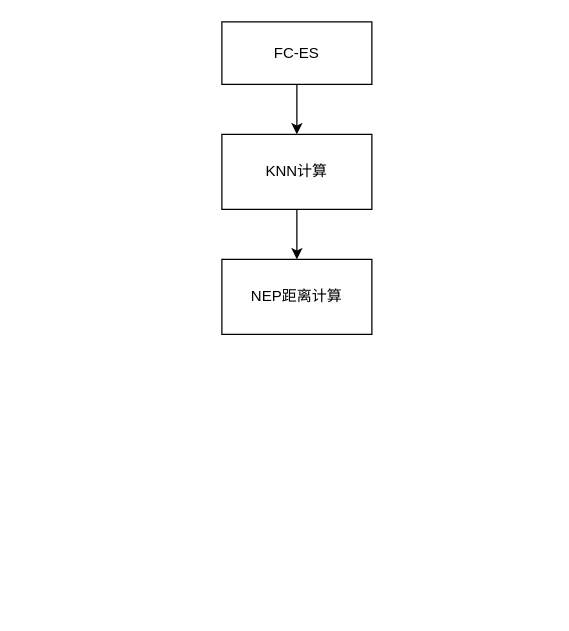
This is FC-ES聚档.drawio from xiazi-yu/triton-server-read, a draw.io file, before an edit. Source tidied: cells renumbered, new cells numbered last; positions are measured from the earlier drawing's top-left corner, leaving out a move shared by most shapes. Both pictures are drawn from the tidied source at 125%, with x=0, y=0 at pixel (221, 21).
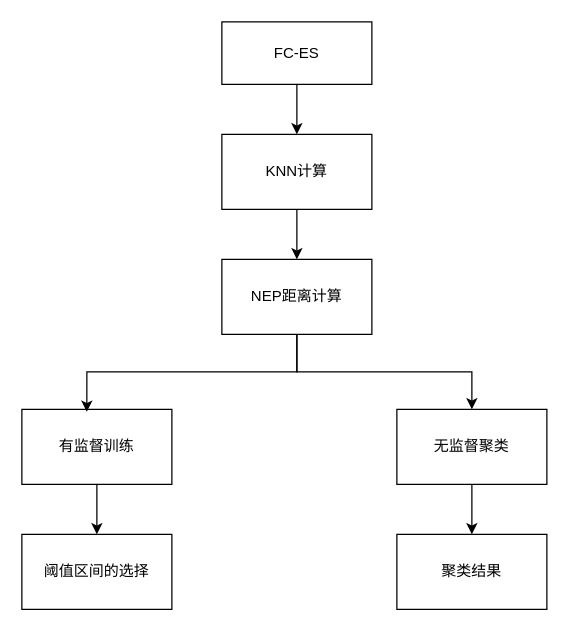
Above is the later version.

The edit, as a diff of the source:
```diff
@@
 <mxGraphModel>
   <root>
     <mxCell id="0" />
     <mxCell id="1" parent="0" />
     <mxCell id="2" style="edgeStyle=orthogonalEdgeStyle;rounded=0;jettySize=auto;html=1;exitX=0.5;exitY=1;exitDx=0;exitDy=0;entryX=0.5;entryY=0;entryDx=0;entryDy=0;" parent="1" edge="1" source="3" target="5">
       <mxGeometry relative="1" as="geometry" />
     </mxCell>
     <mxCell id="3" value="FC-ES" style="rounded=0;whiteSpace=wrap;html=1;" parent="1" vertex="1">
       <mxGeometry width="120" height="50" as="geometry" />
     </mxCell>
     <mxCell id="4" style="edgeStyle=orthogonalEdgeStyle;rounded=0;jettySize=auto;html=1;exitX=0.5;exitY=1;exitDx=0;exitDy=0;entryX=0.5;entryY=0;entryDx=0;entryDy=0;" parent="1" edge="1" source="5" target="6">
       <mxGeometry relative="1" as="geometry" />
     </mxCell>
     <mxCell id="5" value="KNN计算" style="rounded=0;whiteSpace=wrap;html=1;" parent="1" vertex="1">
       <mxGeometry y="90" width="120" height="60" as="geometry" />
     </mxCell>
+    <mxCell id="7" style="edgeStyle=orthogonalEdgeStyle;rounded=0;jettySize=auto;html=1;exitX=0.5;exitY=1;exitDx=0;exitDy=0;entryX=0.5;entryY=0;entryDx=0;entryDy=0;" parent="1" edge="1" source="6" target="11">
+      <mxGeometry relative="1" as="geometry" />
+    </mxCell>
     <mxCell id="6" value="NEP距离计算" style="rounded=0;whiteSpace=wrap;html=1;" parent="1" vertex="1">
       <mxGeometry y="190" width="120" height="60" as="geometry" />
     </mxCell>
+    <mxCell id="8" style="edgeStyle=orthogonalEdgeStyle;rounded=0;jettySize=auto;html=1;exitX=0.5;exitY=1;exitDx=0;exitDy=0;entryX=0.5;entryY=0;entryDx=0;entryDy=0;" parent="1" edge="1" source="9" target="14">
+      <mxGeometry relative="1" as="geometry" />
+    </mxCell>
+    <mxCell id="9" value="有监督训练" style="rounded=0;whiteSpace=wrap;html=1;" parent="1" vertex="1">
+      <mxGeometry x="-160" y="310" width="120" height="60" as="geometry" />
+    </mxCell>
+    <mxCell id="10" style="edgeStyle=orthogonalEdgeStyle;rounded=0;jettySize=auto;html=1;exitX=0.5;exitY=1;exitDx=0;exitDy=0;entryX=0.5;entryY=0;entryDx=0;entryDy=0;" parent="1" edge="1" source="11" target="13">
+      <mxGeometry relative="1" as="geometry" />
+    </mxCell>
+    <mxCell id="11" value="无监督聚类" style="rounded=0;whiteSpace=wrap;html=1;" parent="1" vertex="1">
+      <mxGeometry x="140" y="310" width="120" height="60" as="geometry" />
+    </mxCell>
+    <mxCell id="12" style="edgeStyle=orthogonalEdgeStyle;rounded=0;jettySize=auto;html=1;exitX=0.5;exitY=1;exitDx=0;exitDy=0;entryX=0.433;entryY=0.033;entryDx=0;entryDy=0;entryPerimeter=0;" parent="1" edge="1" source="6" target="9">
+      <mxGeometry relative="1" as="geometry" />
+    </mxCell>
+    <mxCell id="13" value="聚类结果" style="rounded=0;whiteSpace=wrap;html=1;" parent="1" vertex="1">
+      <mxGeometry x="140" y="410" width="120" height="60" as="geometry" />
+    </mxCell>
+    <mxCell id="14" value="阈值区间的选择" style="rounded=0;whiteSpace=wrap;html=1;" parent="1" vertex="1">
+      <mxGeometry x="-160" y="410" width="120" height="60" as="geometry" />
+    </mxCell>
   </root>
 </mxGraphModel>
```
